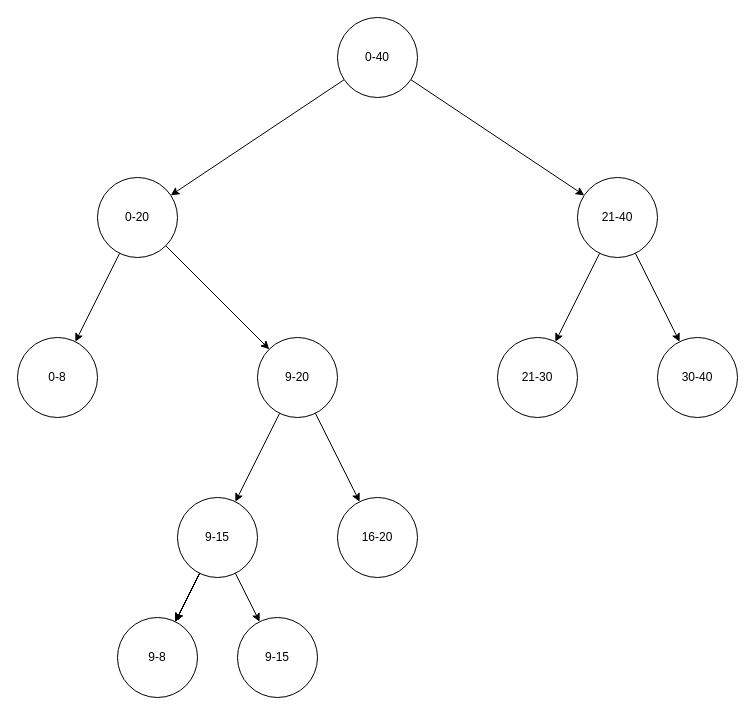
Before: experiment/rope.drawio in itarato/peditor, a draw.io diagram. Source tidied: cells renumbered, new cells numbered last; positions are measured from the earlier drawing's top-left corner, leaving out a move shared by most shapes. Both pictures are drawn from the tidied source at 100%, with x=0, y=0 at pixel (17, 17).
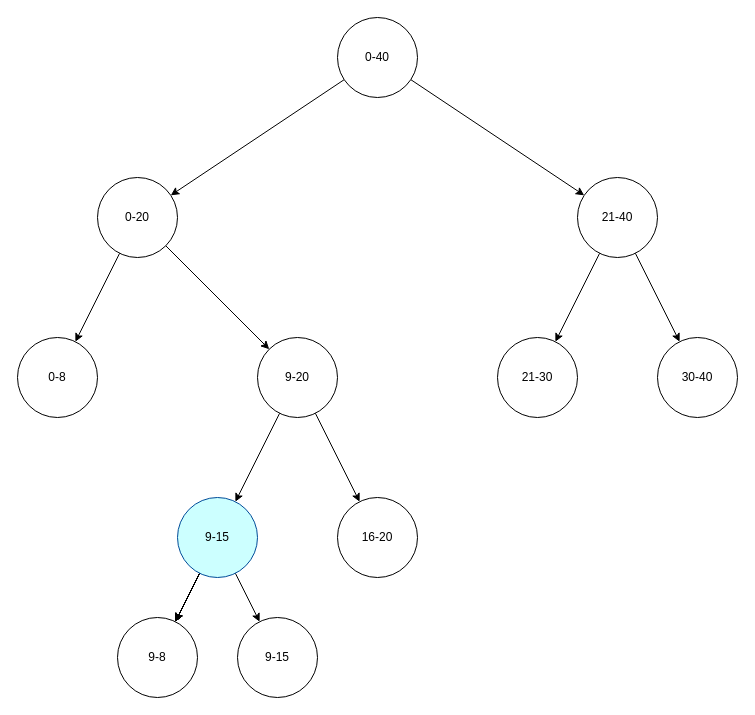
The same diagram, later.

Change to the diagram source:
```diff
@@
-    <mxCell id="24" value="9-15" style="ellipse;whiteSpace=wrap;html=1;" parent="1" vertex="1">
+    <mxCell id="24" value="9-15" style="ellipse;whiteSpace=wrap;html=1;strokeColor=#004C99;fillColor=#CCFFFF;" parent="1" vertex="1">
       <mxGeometry x="160" y="480" width="80" height="80" as="geometry" />
     </mxCell>
```
